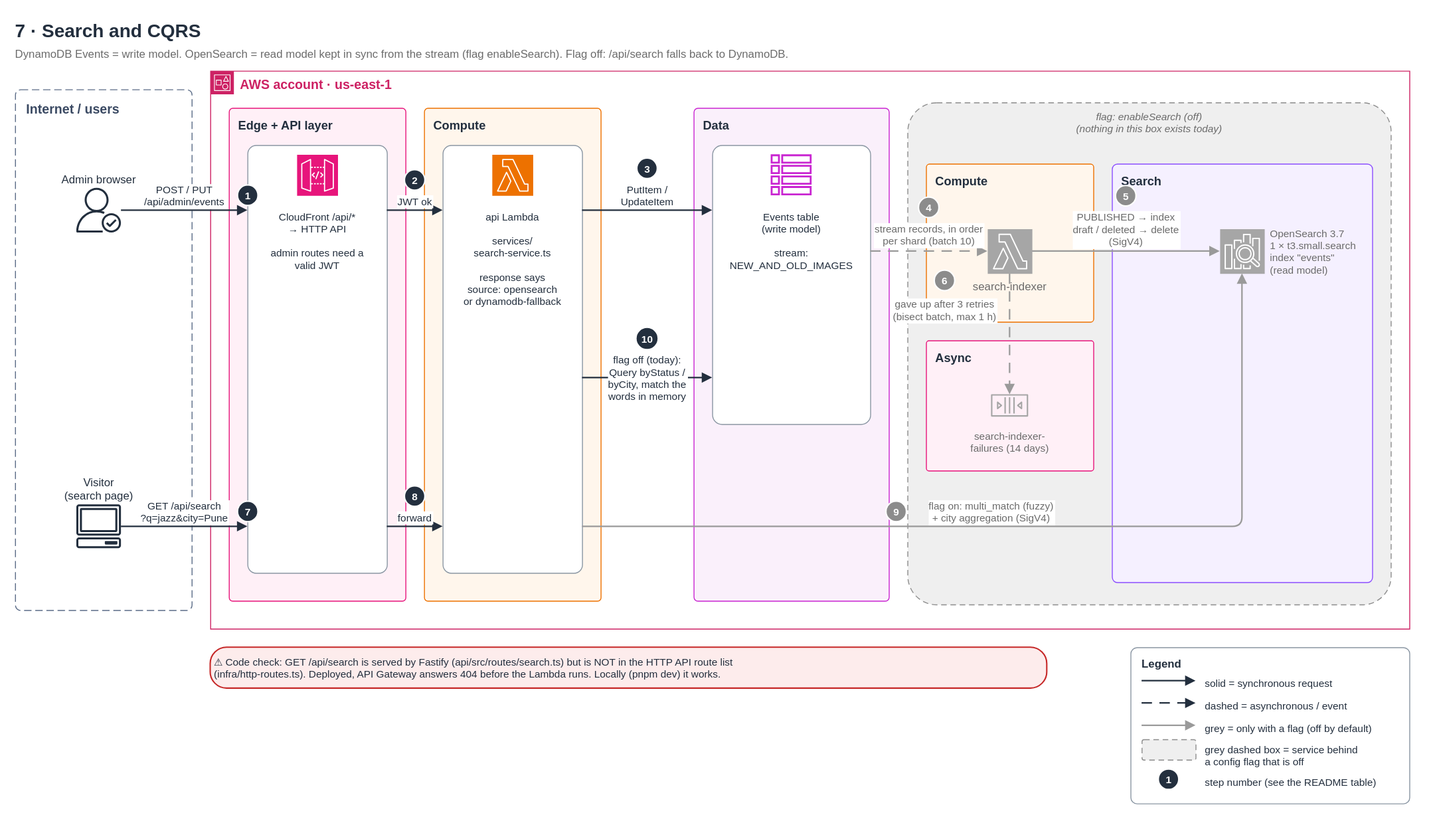
Earlier version of the draw.io export docs/diagrams/search-cqrs.drawio.svg (maheshnd/ticketlite). Source tidied: cells renumbered, new cells last; positions are measured from the earlier drawing's top-left corner, leaving out a move shared by most shapes.
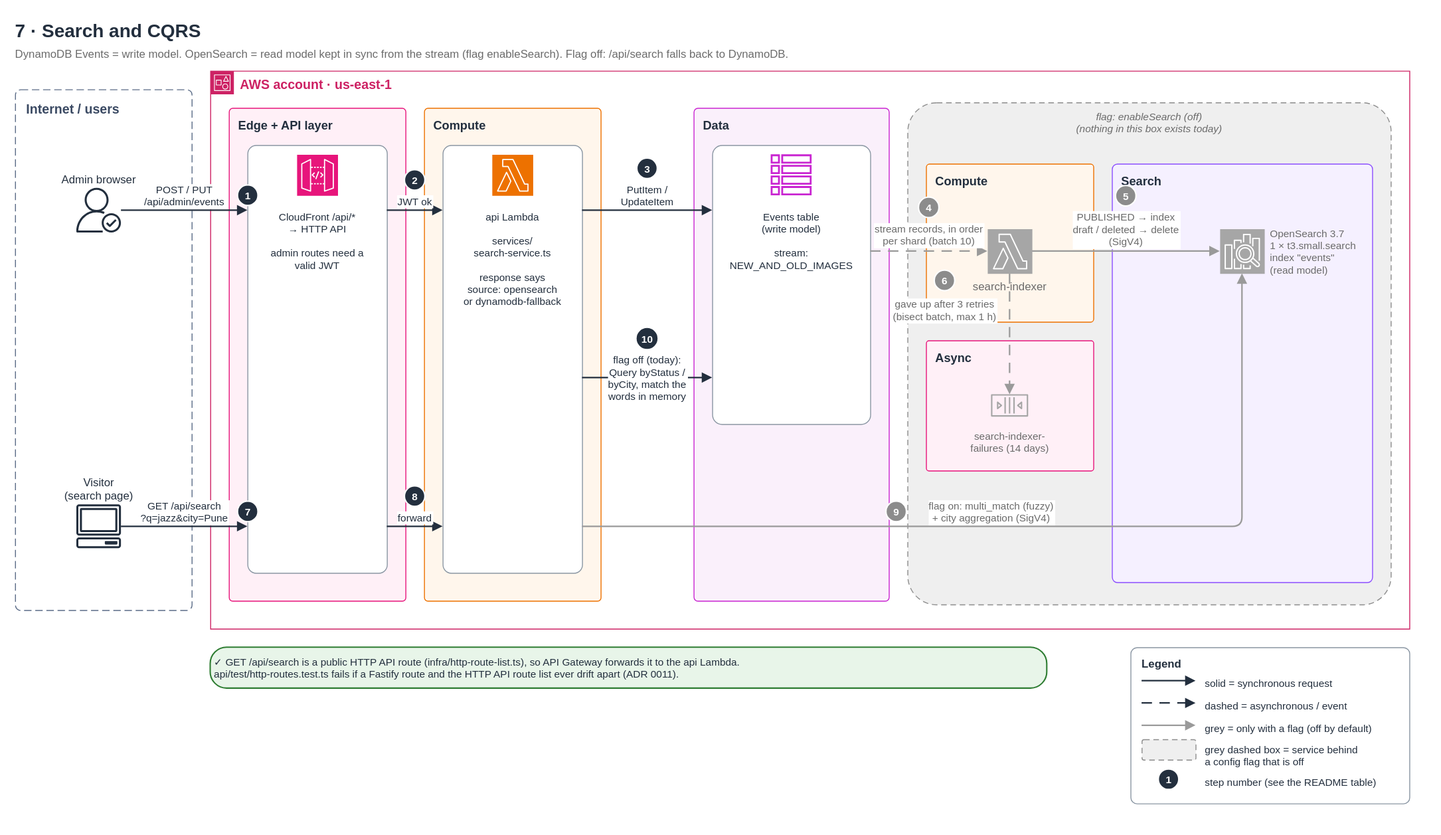
Later version of the same file.

Change to the diagram source:
```diff
@@ -170,7 +170,7 @@
     <mxCell id="47" value="10" style="ellipse;html=0;fillColor=#232F3E;strokeColor=#FFFFFF;strokeWidth=1.5;fontColor=#FFFFFF;fontStyle=1;fontSize=11;align=center;verticalAlign=middle;spacing=0;" parent="1" vertex="1">
       <mxGeometry x="668" y="336" width="24" height="24" as="geometry" />
     </mxCell>
-    <mxCell id="48" value="⚠ Code check: GET /api/search is served by Fastify (api/src/routes/search.ts) but is NOT in the HTTP API route list&#10;(infra/http-routes.ts). Deployed, API Gateway answers 404 before the Lambda runs. Locally (pnpm dev) it works." style="rounded=1;arcSize=40;fillColor=#FDECEC;strokeColor=#C62828;strokeWidth=1.5;html=0;fontSize=11;verticalAlign=middle;align=left;spacing=4;fontColor=#232F3E;" parent="1" vertex="1">
+    <mxCell id="48" value="✓ GET /api/search is a public HTTP API route (infra/http-route-list.ts), so API Gateway forwards it to the api Lambda.&#10;api/test/http-routes.test.ts fails if a Fastify route and the HTTP API route list ever drift apart (ADR 0011)." style="rounded=1;arcSize=40;fillColor=#E8F5E9;strokeColor=#2E7D32;strokeWidth=1.5;html=0;fontSize=11;verticalAlign=middle;align=left;spacing=4;fontColor=#232F3E;" parent="1" vertex="1">
       <mxGeometry x="210" y="680" width="900" height="44" as="geometry" />
     </mxCell>
     <mxCell id="49" value="solid = synchronous request" style="text;html=0;strokeColor=none;fillColor=none;align=left;verticalAlign=top;fontSize=11;fontColor=#232F3E;fontStyle=0;spacing=0;" parent="1" vertex="1">
```
